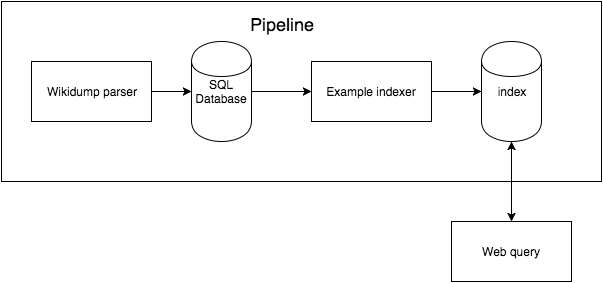
espehel/NTNU-Masters-Thesis-Paper keeps this draw.io diagram as images/ArchitectureOverview.png. Above is the earlier version. Source tidied: cells renumbered, new cells last; positions are measured from the earlier drawing's top-left corner, leaving out a move shared by most shapes.
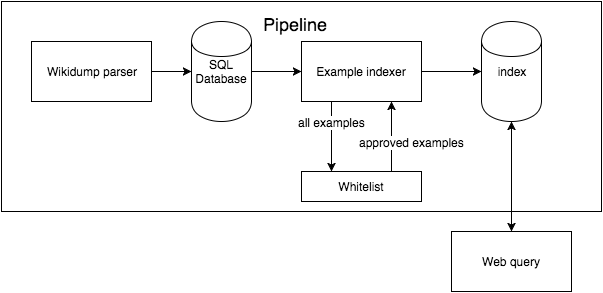
Later version of the same file.

Diff of the diagram source:
```diff
@@ -3,31 +3,39 @@
     <mxCell id="0" />
     <mxCell id="1" parent="0" />
     <mxCell id="2" style="whiteSpace=wrap;html=1;" parent="1" vertex="1">
-      <mxGeometry width="600" height="180" as="geometry" />
+      <mxGeometry y="-10" width="600" height="210" as="geometry" />
     </mxCell>
+    <mxCell id="4" value="Wikidump parser" style="whiteSpace=wrap;html=1;" parent="1" vertex="1">
+      <mxGeometry x="30" y="30" width="120" height="60" as="geometry" />
+    </mxCell>
+    <mxCell id="6" value="SQL&lt;div&gt;Database&lt;/div&gt;" style="shape=cylinder;whiteSpace=wrap;html=1;" parent="1" vertex="1">
+      <mxGeometry x="190" y="10" width="60" height="100" as="geometry" />
+    </mxCell>
     <mxCell id="3" style="edgeStyle=orthogonalEdgeStyle;rounded=0;html=1;entryX=0;entryY=0.5;jettySize=auto;" parent="1" edge="1" source="4" target="6">
       <mxGeometry relative="1" as="geometry" />
     </mxCell>
-    <mxCell id="4" value="Wikidump parser" style="whiteSpace=wrap;html=1;" parent="1" vertex="1">
-      <mxGeometry x="30" y="60" width="120" height="60" as="geometry" />
-    </mxCell>
+    <mxCell id="13" style="edgeStyle=orthogonalEdgeStyle;rounded=0;html=1;exitX=0.25;exitY=1;entryX=0.25;entryY=0;jettySize=auto;" parent="1" edge="1" source="8" target="17">
+      <mxGeometry relative="1" as="geometry" />
+    </mxCell>
+    <mxCell id="14" value="all examples" style="text;html=1;align=center;verticalAlign=middle;labelBackgroundColor=#ffffff;" parent="13" vertex="1">
+      <mxGeometry x="-0.15" y="3" relative="1" as="geometry">
+        <mxPoint x="-3" y="-10" as="offset" />
+      </mxGeometry>
+    </mxCell>
+    <mxCell id="8" value="Example indexer" style="whiteSpace=wrap;html=1;" parent="1" vertex="1">
+      <mxGeometry x="300" y="30" width="120" height="60" as="geometry" />
+    </mxCell>
     <mxCell id="5" style="edgeStyle=orthogonalEdgeStyle;rounded=0;html=1;entryX=0;entryY=0.5;jettySize=auto;" parent="1" edge="1" source="6" target="8">
       <mxGeometry relative="1" as="geometry" />
     </mxCell>
-    <mxCell id="6" value="SQL&lt;div&gt;Database&lt;/div&gt;" style="shape=cylinder;whiteSpace=wrap;html=1;" parent="1" vertex="1">
-      <mxGeometry x="190" y="40" width="60" height="100" as="geometry" />
-    </mxCell>
+    <mxCell id="9" value="index" style="shape=cylinder;whiteSpace=wrap;html=1;" parent="1" vertex="1">
+      <mxGeometry x="480" y="10" width="60" height="100" as="geometry" />
+    </mxCell>
     <mxCell id="7" style="edgeStyle=orthogonalEdgeStyle;rounded=0;html=1;entryX=0;entryY=0.5;jettySize=auto;" parent="1" edge="1" source="8" target="9">
       <mxGeometry relative="1" as="geometry" />
     </mxCell>
-    <mxCell id="8" value="Example indexer" style="whiteSpace=wrap;html=1;" parent="1" vertex="1">
-      <mxGeometry x="310" y="60" width="120" height="60" as="geometry" />
-    </mxCell>
-    <mxCell id="9" value="index" style="shape=cylinder;whiteSpace=wrap;html=1;" parent="1" vertex="1">
-      <mxGeometry x="480" y="40" width="60" height="100" as="geometry" />
-    </mxCell>
     <mxCell id="10" value="&lt;font style=&quot;font-size: 18px&quot;&gt;Pipeline&lt;/font&gt;" style="text;html=1;align=left;verticalAlign=top;spacingTop=-4;" parent="1" vertex="1">
-      <mxGeometry x="247" y="10" width="80" height="20" as="geometry" />
+      <mxGeometry x="260" width="80" height="20" as="geometry" />
     </mxCell>
     <mxCell id="11" value="Web query" style="whiteSpace=wrap;html=1;" parent="1" vertex="1">
       <mxGeometry x="450" y="220" width="120" height="60" as="geometry" />
@@ -35,5 +43,16 @@
     <mxCell id="12" style="endArrow=classic;startArrow=classic;html=1;entryX=0.5;entryY=1;exitX=0.5;exitY=0;" parent="1" edge="1" source="11" target="9">
       <mxGeometry relative="1" as="geometry" />
     </mxCell>
+    <mxCell id="15" style="edgeStyle=orthogonalEdgeStyle;rounded=0;html=1;exitX=0.75;exitY=0;entryX=0.75;entryY=1;jettySize=auto;" parent="1" edge="1" source="17" target="8">
+      <mxGeometry relative="1" as="geometry" />
+    </mxCell>
+    <mxCell id="16" value="approved examples" style="text;html=1;align=center;verticalAlign=middle;labelBackgroundColor=#ffffff;" parent="15" vertex="1">
+      <mxGeometry x="-0.05" relative="1" as="geometry">
+        <mxPoint x="20" y="3" as="offset" />
+      </mxGeometry>
+    </mxCell>
+    <mxCell id="17" value="Whitelist" style="whiteSpace=wrap;html=1;" parent="1" vertex="1">
+      <mxGeometry x="300" y="160" width="120" height="30" as="geometry" />
+    </mxCell>
   </root>
 </mxGraphModel>
```
